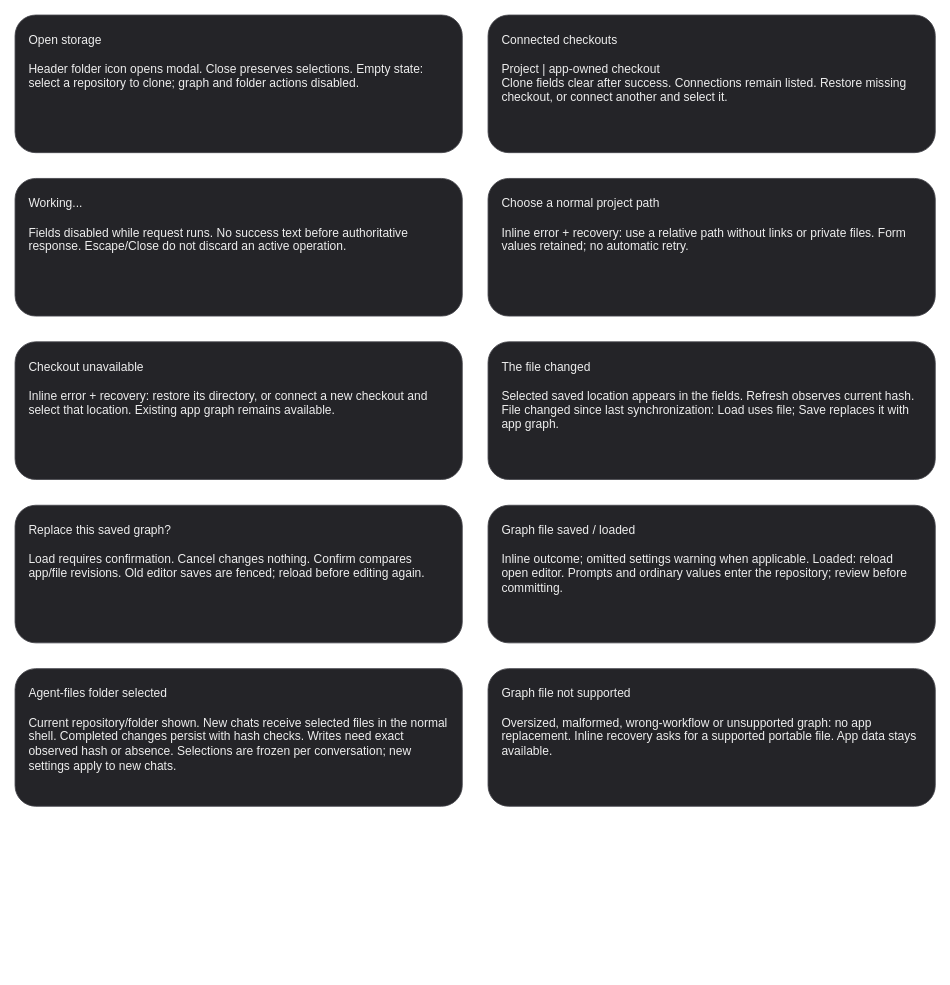
The draw.io diagram page "Storage states and interactions" (2 of 2) of projects/laomedo/subsystems/agent-execution/design/project-storage.drawio in amadou-6e/specs, before the edit. Source tidied: cells renumbered, new cells numbered last; positions are measured from the earlier drawing's top-left corner, leaving out a move shared by most shapes. Both pictures are drawn from the tidied source at 86%, with x=0, y=0 at pixel (15, 15).
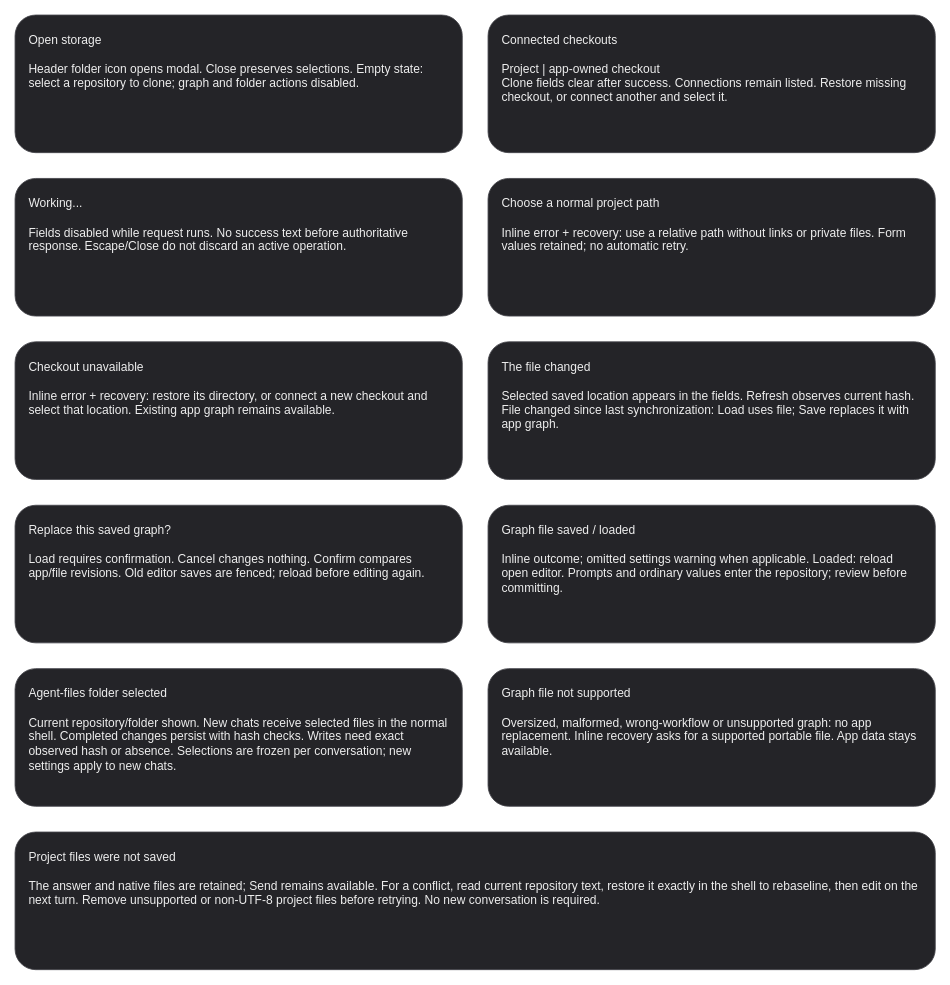
The same page after the edit.

Commit message (it also covers changes not shown here):
docs: define frozen file tools and workspace conflict recovery

Diff of the diagram source:
```diff
@@
 <mxGraphModel>
   <root>
     <mxCell id="0" />
     <mxCell id="1" parent="0" />
     <mxCell id="2" value="Open storage&#10;&#10;Header folder icon opens modal. Close preserves selections. Empty state: select a repository to clone; graph and folder actions disabled." style="rounded=1;whiteSpace=wrap;fillColor=#242428;fontColor=#eeeeee;strokeColor=#45454b;align=left;verticalAlign=top;spacing=16;fontSize=14;" parent="1" vertex="1">
       <mxGeometry width="520" height="160" as="geometry" />
     </mxCell>
     <mxCell id="3" value="Connected checkouts&#10;&#10;Project | app-owned checkout&#10;Clone fields clear after success. Connections remain listed. Restore missing checkout, or connect another and select it." style="rounded=1;whiteSpace=wrap;fillColor=#242428;fontColor=#eeeeee;strokeColor=#45454b;align=left;verticalAlign=top;spacing=16;fontSize=14;" parent="1" vertex="1">
       <mxGeometry x="550" width="520" height="160" as="geometry" />
     </mxCell>
     <mxCell id="4" value="Working...&#10;&#10;Fields disabled while request runs. No success text before authoritative response. Escape/Close do not discard an active operation." style="rounded=1;whiteSpace=wrap;fillColor=#242428;fontColor=#eeeeee;strokeColor=#45454b;align=left;verticalAlign=top;spacing=16;fontSize=14;" parent="1" vertex="1">
       <mxGeometry y="190" width="520" height="160" as="geometry" />
     </mxCell>
     <mxCell id="5" value="Choose a normal project path&#10;&#10;Inline error + recovery: use a relative path without links or private files. Form values retained; no automatic retry." style="rounded=1;whiteSpace=wrap;fillColor=#242428;fontColor=#eeeeee;strokeColor=#45454b;align=left;verticalAlign=top;spacing=16;fontSize=14;" parent="1" vertex="1">
       <mxGeometry x="550" y="190" width="520" height="160" as="geometry" />
     </mxCell>
     <mxCell id="6" value="Checkout unavailable&#10;&#10;Inline error + recovery: restore its directory, or connect a new checkout and select that location. Existing app graph remains available." style="rounded=1;whiteSpace=wrap;fillColor=#242428;fontColor=#eeeeee;strokeColor=#45454b;align=left;verticalAlign=top;spacing=16;fontSize=14;" parent="1" vertex="1">
       <mxGeometry y="380" width="520" height="160" as="geometry" />
     </mxCell>
     <mxCell id="7" value="The file changed&#10;&#10;Selected saved location appears in the fields. Refresh observes current hash. File changed since last synchronization: Load uses file; Save replaces it with app graph." style="rounded=1;whiteSpace=wrap;fillColor=#242428;fontColor=#eeeeee;strokeColor=#45454b;align=left;verticalAlign=top;spacing=16;fontSize=14;" parent="1" vertex="1">
       <mxGeometry x="550" y="380" width="520" height="160" as="geometry" />
     </mxCell>
     <mxCell id="8" value="Replace this saved graph?&#10;&#10;Load requires confirmation. Cancel changes nothing. Confirm compares app/file revisions. Old editor saves are fenced; reload before editing again." style="rounded=1;whiteSpace=wrap;fillColor=#242428;fontColor=#eeeeee;strokeColor=#45454b;align=left;verticalAlign=top;spacing=16;fontSize=14;" parent="1" vertex="1">
       <mxGeometry y="570" width="520" height="160" as="geometry" />
     </mxCell>
     <mxCell id="9" value="Graph file saved / loaded&#10;&#10;Inline outcome; omitted settings warning when applicable. Loaded: reload open editor. Prompts and ordinary values enter the repository; review before committing." style="rounded=1;whiteSpace=wrap;fillColor=#242428;fontColor=#eeeeee;strokeColor=#45454b;align=left;verticalAlign=top;spacing=16;fontSize=14;" parent="1" vertex="1">
       <mxGeometry x="550" y="570" width="520" height="160" as="geometry" />
     </mxCell>
     <mxCell id="10" value="Agent-files folder selected&#10;&#10;Current repository/folder shown. New chats receive selected files in the normal shell. Completed changes persist with hash checks. Writes need exact observed hash or absence. Selections are frozen per conversation; new settings apply to new chats." style="rounded=1;whiteSpace=wrap;fillColor=#242428;fontColor=#eeeeee;strokeColor=#45454b;align=left;verticalAlign=top;spacing=16;fontSize=14;" parent="1" vertex="1">
       <mxGeometry y="760" width="520" height="160" as="geometry" />
     </mxCell>
     <mxCell id="11" value="Graph file not supported&#10;&#10;Oversized, malformed, wrong-workflow or unsupported graph: no app replacement. Inline recovery asks for a supported portable file. App data stays available." style="rounded=1;whiteSpace=wrap;fillColor=#242428;fontColor=#eeeeee;strokeColor=#45454b;align=left;verticalAlign=top;spacing=16;fontSize=14;" parent="1" vertex="1">
       <mxGeometry x="550" y="760" width="520" height="160" as="geometry" />
     </mxCell>
+    <mxCell id="12" value="Project files were not saved&#10;&#10;The answer and native files are retained; Send remains available. For a conflict, read current repository text, restore it exactly in the shell to rebaseline, then edit on the next turn. Remove unsupported or non-UTF-8 project files before retrying. No new conversation is required." style="rounded=1;whiteSpace=wrap;fillColor=#242428;fontColor=#eeeeee;strokeColor=#45454b;align=left;verticalAlign=top;spacing=16;fontSize=14;" parent="1" vertex="1">
+      <mxGeometry y="950" width="1070" height="160" as="geometry" />
+    </mxCell>
   </root>
 </mxGraphModel>
```
